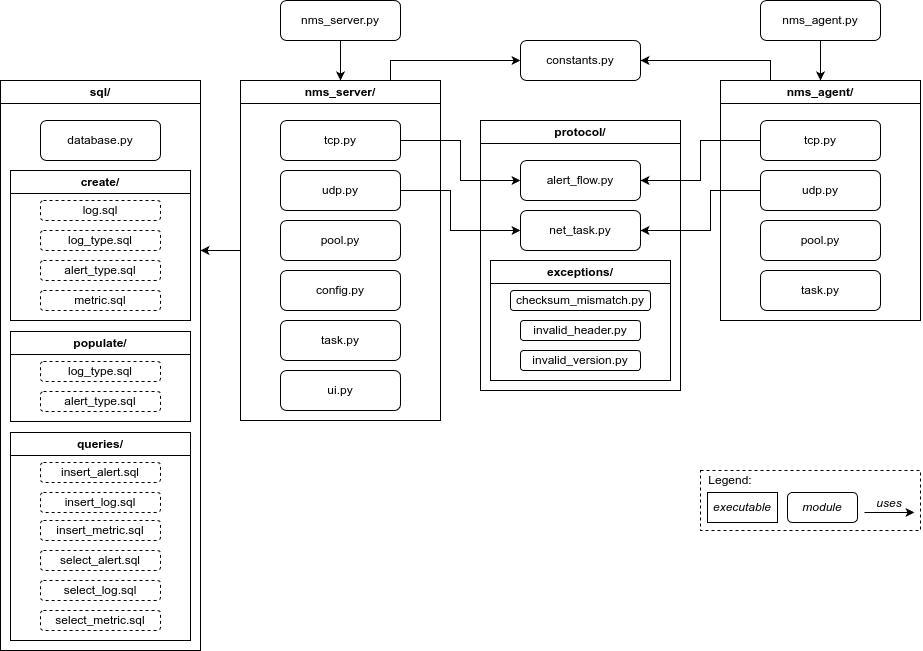
migueltc13/project-CC keeps this draw.io diagram as report/img/architecture.png. Above is the earlier version. Source tidied: cells renumbered, new cells last; positions are measured from the earlier drawing's top-left corner, leaving out a move shared by most shapes.
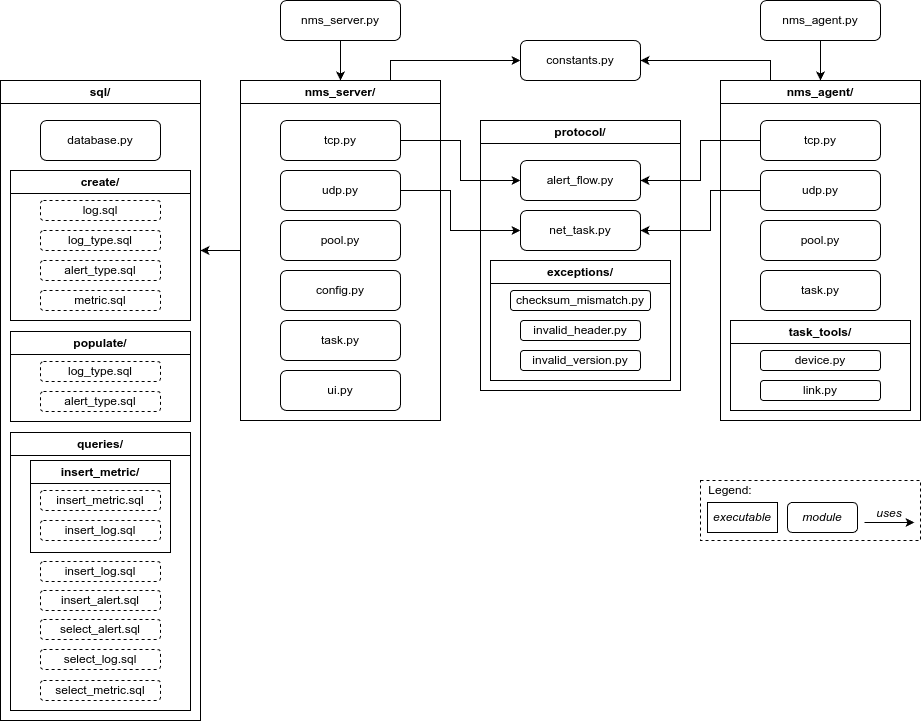
Later version of the same file.

Commit message:
Update architeture diagram and report

The edit, as a diff of the source:
```diff
@@ -9,7 +9,7 @@
       <mxGeometry x="280" width="120" height="40" as="geometry" />
     </mxCell>
     <mxCell id="4" value="&lt;div&gt;nms_agent/&lt;/div&gt;" style="swimlane;whiteSpace=wrap;html=1;" parent="1" vertex="1">
-      <mxGeometry x="720" y="80" width="200" height="240" as="geometry" />
+      <mxGeometry x="720" y="80" width="200" height="340" as="geometry" />
     </mxCell>
     <mxCell id="5" value="&lt;div&gt;tcp.py&lt;/div&gt;" style="rounded=1;whiteSpace=wrap;html=1;" parent="4" vertex="1">
       <mxGeometry x="40" y="40" width="120" height="40" as="geometry" />
@@ -23,6 +23,15 @@
     <mxCell id="8" value="&lt;div&gt;task.py&lt;/div&gt;" style="rounded=1;whiteSpace=wrap;html=1;" parent="4" vertex="1">
       <mxGeometry x="40" y="190" width="120" height="40" as="geometry" />
     </mxCell>
+    <mxCell id="56" value="&lt;div&gt;task_tools/&lt;/div&gt;" style="swimlane;whiteSpace=wrap;html=1;startSize=23;" parent="4" vertex="1">
+      <mxGeometry x="10" y="240" width="180" height="90" as="geometry" />
+    </mxCell>
+    <mxCell id="57" value="link.py" style="rounded=1;whiteSpace=wrap;html=1;" parent="56" vertex="1">
+      <mxGeometry x="30" y="60" width="120" height="20" as="geometry" />
+    </mxCell>
+    <mxCell id="58" value="device.py" style="rounded=1;whiteSpace=wrap;html=1;" parent="56" vertex="1">
+      <mxGeometry x="30" y="30" width="120" height="20" as="geometry" />
+    </mxCell>
     <mxCell id="9" style="edgeStyle=orthogonalEdgeStyle;rounded=0;jettySize=auto;html=1;exitX=0;exitY=0.5;exitDx=0;exitDy=0;" parent="1" edge="1" source="10">
       <mxGeometry relative="1" as="geometry">
         <mxPoint x="200" y="250" as="targetPoint" />
@@ -86,7 +95,7 @@
       <mxGeometry x="40" y="90" width="120" height="40" as="geometry" />
     </mxCell>
     <mxCell id="29" value="&lt;div&gt;sql/&lt;/div&gt;" style="swimlane;whiteSpace=wrap;html=1;startSize=23;" parent="1" vertex="1">
-      <mxGeometry y="80" width="200" height="570" as="geometry" />
+      <mxGeometry y="80" width="200" height="640" as="geometry" />
     </mxCell>
     <mxCell id="30" value="database.py" style="rounded=1;whiteSpace=wrap;html=1;" parent="29" vertex="1">
       <mxGeometry x="40" y="40" width="120" height="40" as="geometry" />
@@ -116,26 +125,32 @@
       <mxGeometry x="30" y="60" width="120" height="20" as="geometry" />
     </mxCell>
     <mxCell id="39" value="&lt;div&gt;queries/&lt;/div&gt;" style="swimlane;whiteSpace=wrap;html=1;startSize=23;" parent="29" vertex="1">
-      <mxGeometry x="10" y="352" width="180" height="208" as="geometry" />
+      <mxGeometry x="10" y="352" width="180" height="278" as="geometry" />
     </mxCell>
     <mxCell id="40" value="insert_alert.sql" style="rounded=1;whiteSpace=wrap;html=1;dashed=1;" parent="39" vertex="1">
-      <mxGeometry x="30" y="30" width="120" height="20" as="geometry" />
+      <mxGeometry x="30" y="158" width="120" height="20" as="geometry" />
     </mxCell>
-    <mxCell id="41" value="insert_log.sql" style="rounded=1;whiteSpace=wrap;html=1;dashed=1;" parent="39" vertex="1">
-      <mxGeometry x="30" y="60" width="120" height="20" as="geometry" />
-    </mxCell>
-    <mxCell id="42" value="insert_metric.sql" style="rounded=1;whiteSpace=wrap;html=1;dashed=1;" parent="39" vertex="1">
-      <mxGeometry x="30" y="88" width="120" height="20" as="geometry" />
-    </mxCell>
     <mxCell id="43" value="select_alert.sql" style="rounded=1;whiteSpace=wrap;html=1;dashed=1;" parent="39" vertex="1">
-      <mxGeometry x="30" y="118" width="120" height="20" as="geometry" />
+      <mxGeometry x="30" y="187" width="120" height="20" as="geometry" />
     </mxCell>
     <mxCell id="44" value="select_log.sql" style="rounded=1;whiteSpace=wrap;html=1;dashed=1;" parent="39" vertex="1">
-      <mxGeometry x="30" y="148" width="120" height="20" as="geometry" />
+      <mxGeometry x="30" y="217" width="120" height="20" as="geometry" />
     </mxCell>
     <mxCell id="45" value="select_metric.sql" style="rounded=1;whiteSpace=wrap;html=1;dashed=1;" parent="39" vertex="1">
-      <mxGeometry x="30" y="178" width="120" height="20" as="geometry" />
+      <mxGeometry x="30" y="248" width="120" height="20" as="geometry" />
     </mxCell>
+    <mxCell id="59" value="&lt;div&gt;insert_metric/&lt;/div&gt;" style="swimlane;whiteSpace=wrap;html=1;startSize=23;" parent="39" vertex="1">
+      <mxGeometry x="20" y="28" width="140" height="92" as="geometry" />
+    </mxCell>
+    <mxCell id="42" value="insert_metric.sql" style="rounded=1;whiteSpace=wrap;html=1;dashed=1;" parent="59" vertex="1">
+      <mxGeometry x="10" y="30" width="120" height="20" as="geometry" />
+    </mxCell>
+    <mxCell id="60" value="insert_log.sql" style="rounded=1;whiteSpace=wrap;html=1;dashed=1;" parent="59" vertex="1">
+      <mxGeometry x="10" y="60" width="120" height="20" as="geometry" />
+    </mxCell>
+    <mxCell id="61" value="insert_log.sql" style="rounded=1;whiteSpace=wrap;html=1;dashed=1;" parent="39" vertex="1">
+      <mxGeometry x="30" y="129" width="120" height="20" as="geometry" />
+    </mxCell>
     <mxCell id="46" style="edgeStyle=orthogonalEdgeStyle;rounded=0;jettySize=auto;html=1;exitX=1;exitY=0.5;exitDx=0;exitDy=0;" parent="1" edge="1" source="13" target="27">
       <mxGeometry relative="1" as="geometry" />
     </mxCell>
@@ -159,25 +174,25 @@
       <mxGeometry relative="1" as="geometry" />
     </mxCell>
     <mxCell id="50" style="rounded=0;whiteSpace=wrap;html=1;dashed=1;" parent="1" vertex="1">
-      <mxGeometry x="700" y="470" width="220" height="60" as="geometry" />
+      <mxGeometry x="700" y="480" width="220" height="60" as="geometry" />
     </mxCell>
     <mxCell id="51" value="Legend:" style="text;html=1;align=center;verticalAlign=middle;whiteSpace=wrap;rounded=0;" parent="1" vertex="1">
-      <mxGeometry x="700" y="470" width="60" height="20" as="geometry" />
+      <mxGeometry x="700" y="480" width="60" height="20" as="geometry" />
     </mxCell>
     <mxCell id="52" value="&lt;i&gt;executable&lt;/i&gt;" style="rounded=0;whiteSpace=wrap;html=1;" parent="1" vertex="1">
-      <mxGeometry x="707" y="492" width="70" height="30" as="geometry" />
+      <mxGeometry x="707" y="502" width="70" height="30" as="geometry" />
     </mxCell>
     <mxCell id="53" value="&lt;i&gt;module&lt;/i&gt;" style="rounded=1;whiteSpace=wrap;html=1;" parent="1" vertex="1">
-      <mxGeometry x="787" y="492" width="70" height="30" as="geometry" />
+      <mxGeometry x="787" y="502" width="70" height="30" as="geometry" />
     </mxCell>
     <mxCell id="54" style="endArrow=classic;html=1;rounded=0;" parent="1" edge="1">
       <mxGeometry relative="1" as="geometry">
-        <mxPoint x="864" y="512" as="sourcePoint" />
-        <mxPoint x="914" y="512" as="targetPoint" />
+        <mxPoint x="864" y="522" as="sourcePoint" />
+        <mxPoint x="914" y="522" as="targetPoint" />
       </mxGeometry>
     </mxCell>
     <mxCell id="55" value="&lt;i&gt;uses&lt;/i&gt;" style="text;html=1;align=center;verticalAlign=middle;whiteSpace=wrap;rounded=0;" parent="1" vertex="1">
-      <mxGeometry x="859" y="498" width="60" height="10" as="geometry" />
+      <mxGeometry x="859" y="508" width="60" height="10" as="geometry" />
     </mxCell>
   </root>
 </mxGraphModel>
```
